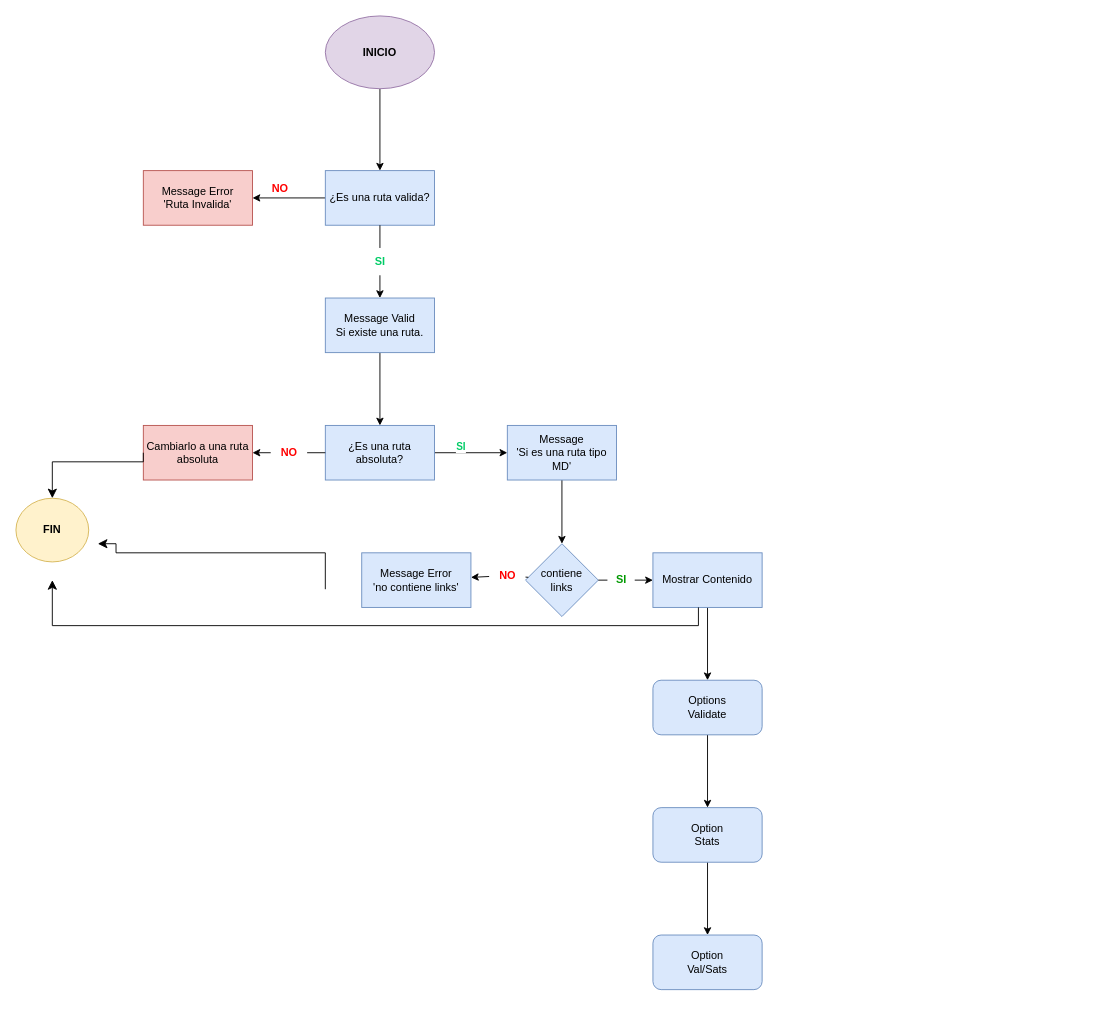
The draw.io diagram DiagFlujo.drawio in DanielaRoch/DEV002-md-links, before the edit. Source tidied: cells renumbered, new cells numbered last; positions are measured from the earlier drawing's top-left corner, leaving out a move shared by most shapes. Both pictures are drawn from the tidied source at 91%, with x=0, y=0 at pixel (15, 15).
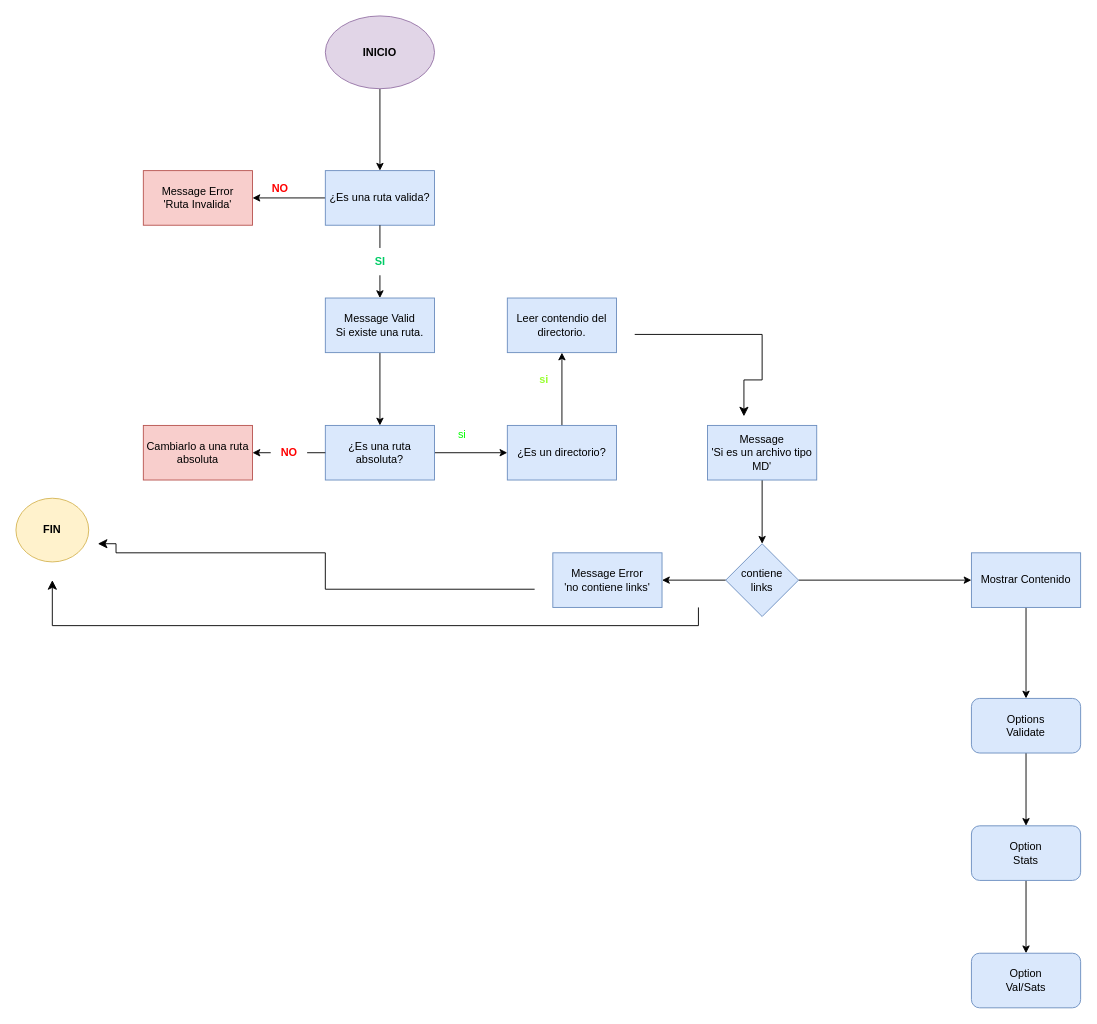
Above is the later version.

Unchanged cells that the change refers to:
```xml
<mxCell id="14" value="¿Es una ruta absoluta?" style="whiteSpace=wrap;html=1;fillColor=#dae8fc;strokeColor=#6c8ebf;" parent="1" vertex="1">
  <mxGeometry x="340" y="450" width="120" height="60" as="geometry" />
</mxCell>
<mxCell id="17" value="Cambiarlo a una ruta absoluta" style="whiteSpace=wrap;html=1;fillColor=#f8cecc;strokeColor=#b85450;" parent="1" vertex="1">
  <mxGeometry x="140" y="450" width="120" height="60" as="geometry" />
</mxCell>
<mxCell id="38" value="&lt;b&gt;FIN&lt;/b&gt;" style="ellipse;whiteSpace=wrap;html=1;fillColor=#fff2cc;strokeColor=#d6b656;" parent="1" vertex="1">
  <mxGeometry y="530" width="80" height="70" as="geometry" />
</mxCell>
```

The edit, as a diff of the source:
```diff
@@
-    <mxCell id="11" style="edgeStyle=none;html=1;fontColor=#00CC66;" parent="1" edge="1" source="14" target="16">
-      <mxGeometry relative="1" as="geometry" />
-    </mxCell>
-    <mxCell id="12" value="&lt;b&gt;SI&lt;/b&gt;" style="edgeLabel;html=1;align=center;verticalAlign=middle;fontColor=#00CC66;" parent="11" vertex="1">
-      <mxGeometry x="-0.31" y="7" relative="1" as="geometry" />
-    </mxCell>
@@
+    <mxCell id="42" style="edgeStyle=none;html=1;" parent="1" edge="1" source="14" target="44">
+      <mxGeometry relative="1" as="geometry" />
+    </mxCell>
@@
-    <mxCell id="16" value="Message&lt;br&gt;'Si es una ruta tipo MD'" style="whiteSpace=wrap;html=1;fillColor=#dae8fc;strokeColor=#6c8ebf;" parent="1" vertex="1">
-      <mxGeometry x="540" y="450" width="120" height="60" as="geometry" />
+    <mxCell id="16" value="Message&lt;br&gt;'Si es un archivo tipo MD'" style="whiteSpace=wrap;html=1;fillColor=#dae8fc;strokeColor=#6c8ebf;" parent="1" vertex="1">
+      <mxGeometry x="760" y="450" width="120" height="60" as="geometry" />
     </mxCell>
@@
-    <mxCell id="22" style="edgeStyle=none;html=1;fontColor=#FF0000;startArrow=none;" parent="1" edge="1" source="31" target="25">
-      <mxGeometry relative="1" as="geometry" />
-    </mxCell>
-    <mxCell id="23" style="edgeStyle=none;html=1;fontColor=#FF0000;startArrow=none;" parent="1" edge="1" source="29" target="27">
+    <mxCell id="23" style="edgeStyle=none;html=1;fontColor=#FF0000;startArrow=none;" parent="1" edge="1" source="24" target="27">
       <mxGeometry relative="1" as="geometry" />
     </mxCell>
-    <mxCell id="24" value="contiene &lt;br&gt;links" style="rhombus;whiteSpace=wrap;html=1;fillColor=#dae8fc;strokeColor=#6c8ebf;" parent="1" vertex="1">
-      <mxGeometry x="560" y="580" width="80" height="80" as="geometry" />
-    </mxCell>
     <mxCell id="25" value="Message Error&lt;br&gt;'no contiene links'" style="whiteSpace=wrap;html=1;fillColor=#dae8fc;strokeColor=#6c8ebf;" parent="1" vertex="1">
-      <mxGeometry x="380" y="590" width="120" height="60" as="geometry" />
+      <mxGeometry x="590" y="590" width="120" height="60" as="geometry" />
     </mxCell>
@@
     <mxCell id="27" value="Mostrar Contenido" style="whiteSpace=wrap;html=1;fillColor=#dae8fc;strokeColor=#6c8ebf;" parent="1" vertex="1">
-      <mxGeometry x="700" y="590" width="120" height="60" as="geometry" />
+      <mxGeometry x="1050" y="590" width="120" height="60" as="geometry" />
     </mxCell>
-    <mxCell id="28" style="edgeStyle=none;html=1;fontColor=#FF0000;endArrow=none;" parent="1" edge="1" source="24" target="29">
-      <mxGeometry relative="1" as="geometry" />
-    </mxCell>
-    <mxCell id="29" value="&lt;font color=&quot;#009900&quot;&gt;&lt;b&gt;SI&lt;/b&gt;&lt;/font&gt;" style="text;html=1;align=center;verticalAlign=middle;points=[];strokeColor=none;fillColor=none;fontColor=#FF0000;" parent="1" vertex="1">
-      <mxGeometry x="650" y="605" width="30" height="30" as="geometry" />
-    </mxCell>
-    <mxCell id="30" style="edgeStyle=none;html=1;fontColor=#FF0000;endArrow=none;" parent="1" edge="1" source="24" target="31">
-      <mxGeometry relative="1" as="geometry" />
-    </mxCell>
-    <mxCell id="31" value="&lt;b&gt;&lt;font color=&quot;#ff0000&quot;&gt;NO&lt;/font&gt;&lt;/b&gt;" style="text;html=1;align=center;verticalAlign=middle;points=[];strokeColor=none;fillColor=none;fontColor=#009900;" parent="1" vertex="1">
-      <mxGeometry x="520" y="600" width="40" height="30" as="geometry" />
-    </mxCell>
@@
     <mxCell id="33" value="Options&lt;br&gt;Validate" style="rounded=1;whiteSpace=wrap;html=1;fillColor=#dae8fc;strokeColor=#6c8ebf;" parent="1" vertex="1">
-      <mxGeometry x="700" y="730" width="120" height="60" as="geometry" />
+      <mxGeometry x="1050" y="750" width="120" height="60" as="geometry" />
     </mxCell>
@@
     <mxCell id="35" value="Option &lt;br&gt;Stats" style="rounded=1;whiteSpace=wrap;html=1;fillColor=#dae8fc;strokeColor=#6c8ebf;" parent="1" vertex="1">
-      <mxGeometry x="700" y="870" width="120" height="60" as="geometry" />
+      <mxGeometry x="1050" y="890" width="120" height="60" as="geometry" />
     </mxCell>
     <mxCell id="36" value="Option&lt;br&gt;Val/Sats" style="rounded=1;whiteSpace=wrap;html=1;fillColor=#dae8fc;strokeColor=#6c8ebf;" parent="1" vertex="1">
-      <mxGeometry x="700" y="1010" width="120" height="60" as="geometry" />
+      <mxGeometry x="1050" y="1030" width="120" height="60" as="geometry" />
     </mxCell>
@@
-    <mxCell id="40" style="edgeStyle=elbowEdgeStyle;elbow=vertical;endArrow=classic;html=1;curved=0;rounded=0;endSize=8;startSize=8;fontColor=#FF0000;exitX=0;exitY=0.5;exitDx=0;exitDy=0;entryX=0.5;entryY=0;entryDx=0;entryDy=0;" parent="1" edge="1" source="17" target="38">
-      <mxGeometry relative="1" as="geometry">
-        <Array as="points">
-          <mxPoint x="40" y="490" />
-          <mxPoint x="30" y="525" />
-        </Array>
-      </mxGeometry>
-    </mxCell>
     <mxCell id="41" style="edgeStyle=segmentEdgeStyle;endArrow=classic;html=1;curved=0;rounded=0;endSize=8;startSize=8;fontColor=#FF0000;" parent="1" edge="1">
       <mxGeometry relative="1" as="geometry">
-        <mxPoint x="340" y="630" as="sourcePoint" />
+        <mxPoint x="570" y="630" as="sourcePoint" />
         <mxPoint x="90" y="580" as="targetPoint" />
         <Array as="points">
           <mxPoint x="340" y="590" />
           <mxPoint x="110" y="590" />
           <mxPoint x="110" y="580" />
         </Array>
       </mxGeometry>
     </mxCell>
+    <mxCell id="43" style="edgeStyle=none;html=1;fontColor=#99FF33;" parent="1" edge="1" source="44" target="47">
+      <mxGeometry relative="1" as="geometry" />
+    </mxCell>
+    <mxCell id="44" value="¿Es un directorio?" style="whiteSpace=wrap;html=1;fillColor=#dae8fc;strokeColor=#6c8ebf;" parent="1" vertex="1">
+      <mxGeometry x="540" y="450" width="120" height="60" as="geometry" />
+    </mxCell>
+    <mxCell id="45" style="edgeStyle=none;html=1;" parent="1" edge="1" source="24" target="25">
+      <mxGeometry relative="1" as="geometry" />
+    </mxCell>
+    <mxCell id="24" value="contiene &lt;br&gt;links" style="rhombus;whiteSpace=wrap;html=1;fillColor=#dae8fc;strokeColor=#6c8ebf;" parent="1" vertex="1">
+      <mxGeometry x="780" y="580" width="80" height="80" as="geometry" />
+    </mxCell>
+    <mxCell id="46" value="&lt;font color=&quot;#00ff00&quot;&gt;si&lt;/font&gt;" style="text;html=1;align=center;verticalAlign=middle;strokeColor=none;fillColor=none;" parent="1" vertex="1">
+      <mxGeometry x="475" y="445" width="30" height="30" as="geometry" />
+    </mxCell>
+    <mxCell id="47" value="Leer contendio del directorio." style="whiteSpace=wrap;html=1;fillColor=#dae8fc;strokeColor=#6c8ebf;" parent="1" vertex="1">
+      <mxGeometry x="540" y="310" width="120" height="60" as="geometry" />
+    </mxCell>
+    <mxCell id="48" style="edgeStyle=segmentEdgeStyle;endArrow=classic;html=1;curved=0;rounded=0;endSize=8;startSize=8;fontColor=#99FF33;" parent="1" edge="1">
+      <mxGeometry relative="1" as="geometry">
+        <mxPoint x="680" y="350" as="sourcePoint" />
+        <mxPoint x="800" y="440" as="targetPoint" />
+        <Array as="points">
+          <mxPoint x="820" y="350" />
+          <mxPoint x="820" y="400" />
+        </Array>
+      </mxGeometry>
+    </mxCell>
+    <mxCell id="49" value="&lt;b&gt;si&lt;/b&gt;" style="text;html=1;align=center;verticalAlign=middle;strokeColor=none;fillColor=none;fontColor=#99FF33;" parent="1" vertex="1">
+      <mxGeometry x="565" y="385" width="30" height="30" as="geometry" />
+    </mxCell>
```
